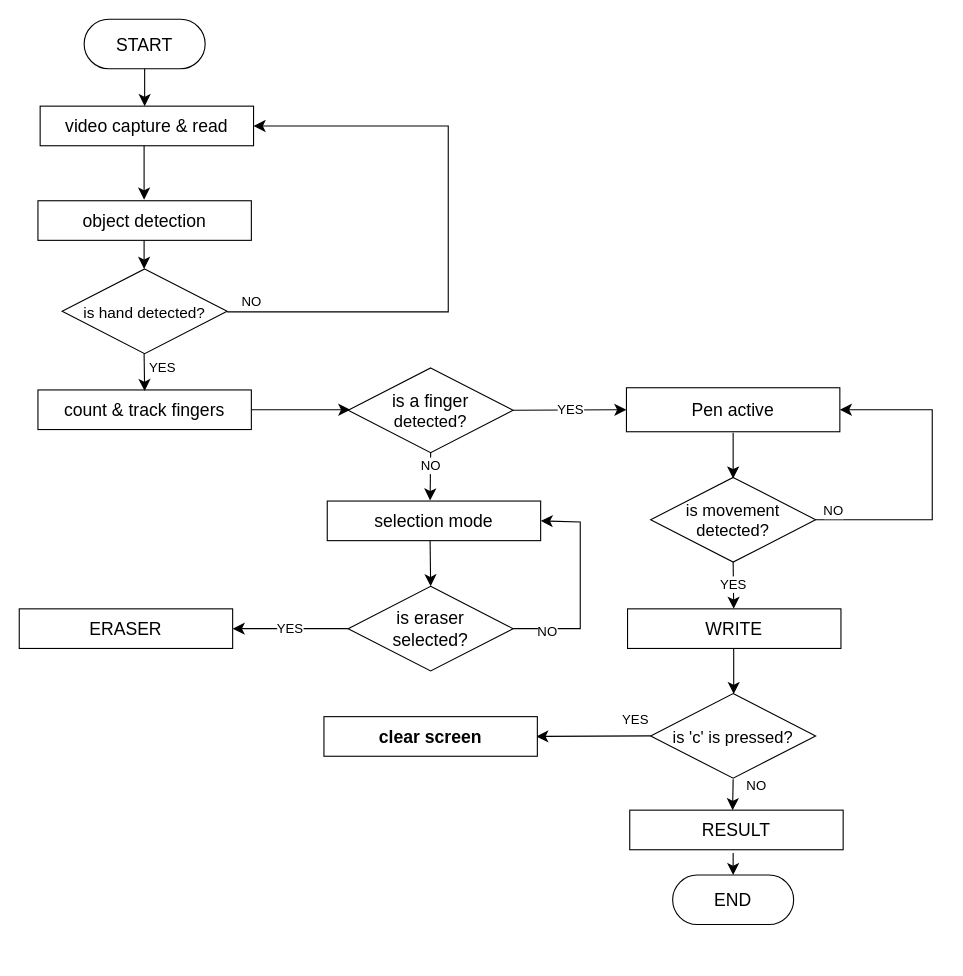
Before: project.drawio in Noodle-onthe-ice/Noodle-onthe-ice, a draw.io diagram. Source tidied: cells renumbered, new cells numbered last; positions are measured from the earlier drawing's top-left corner, leaving out a move shared by most shapes. Both pictures are drawn from the tidied source at 110%, with x=0, y=0 at pixel (19, 19).
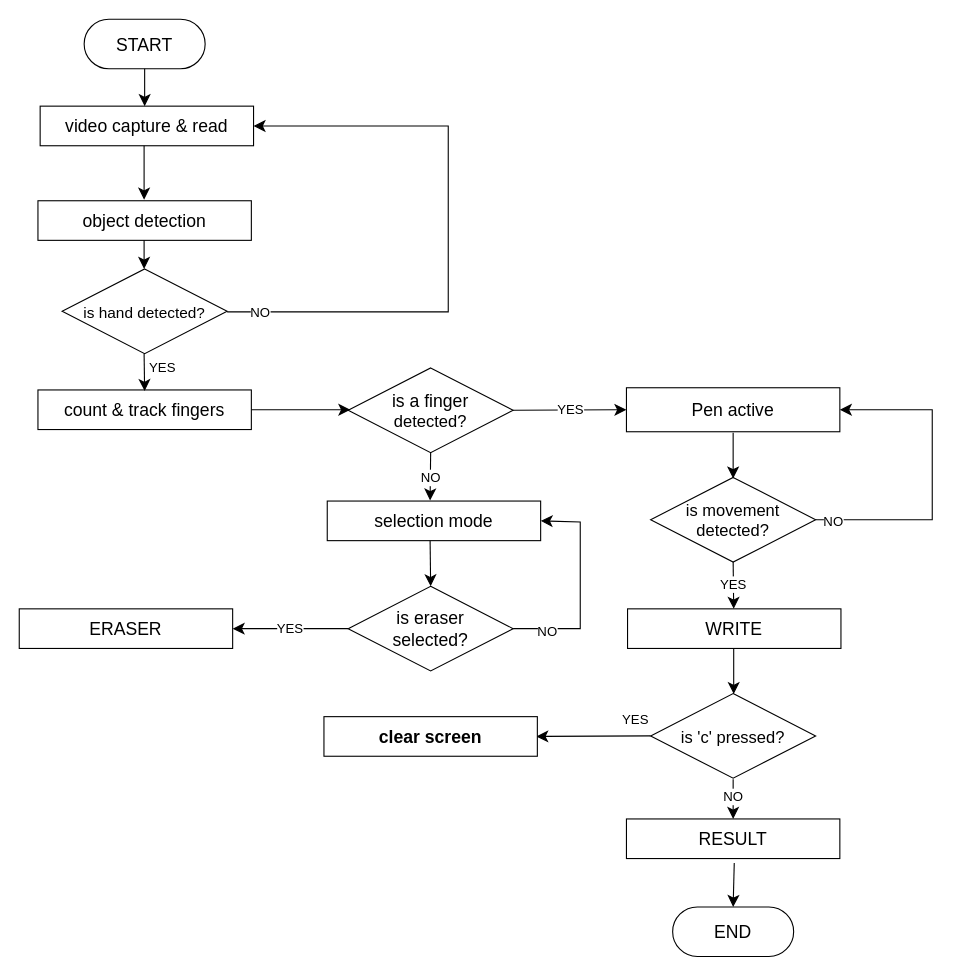
The same diagram, later.

Unchanged cells that the change refers to:
```xml
<mxCell id="4" value="video capture &amp;amp; read" style="rounded=0;whiteSpace=wrap;html=1;fontSize=16;" parent="1" vertex="1">
  <mxGeometry x="19" y="79" width="194" height="36" as="geometry" />
</mxCell>
<mxCell id="11" value="Pen active" style="rounded=0;whiteSpace=wrap;html=1;fontSize=16;" parent="1" vertex="1">
  <mxGeometry x="552" y="335" width="194" height="40" as="geometry" />
</mxCell>
<mxCell id="16" value="&lt;div&gt;is a finger &lt;br&gt;&lt;/div&gt;&lt;div style=&quot;font-size: 15px;&quot;&gt;detected?&lt;br&gt;&lt;/div&gt;" style="rhombus;whiteSpace=wrap;html=1;fontSize=16;" parent="1" vertex="1">
  <mxGeometry x="299" y="317" width="150" height="77" as="geometry" />
</mxCell>
<mxCell id="19" value="&lt;div style=&quot;font-size: 15px;&quot;&gt;&lt;font style=&quot;font-size: 15px;&quot;&gt;is movement &lt;br&gt;&lt;/font&gt;&lt;/div&gt;&lt;div style=&quot;font-size: 15px;&quot;&gt;&lt;font style=&quot;font-size: 15px;&quot;&gt;detected?&lt;font style=&quot;font-size: 15px;&quot;&gt;&lt;br&gt;&lt;/font&gt;&lt;/font&gt;&lt;/div&gt;" style="rhombus;whiteSpace=wrap;html=1;fontSize=16;" parent="1" vertex="1">
  <mxGeometry x="574" y="416.5" width="150" height="77" as="geometry" />
</mxCell>
```

The edit, as a diff of the source:
```diff
@@
     <mxCell id="3" value="END" style="rounded=1;whiteSpace=wrap;html=1;fontSize=16;arcSize=50;" parent="1" vertex="1">
-      <mxGeometry x="594" y="778" width="110" height="45" as="geometry" />
+      <mxGeometry x="594" y="807" width="110" height="45" as="geometry" />
     </mxCell>
@@
     <mxCell id="15" value="&lt;div&gt;RESULT&lt;/div&gt;" style="rounded=0;whiteSpace=wrap;html=1;fontSize=16;" parent="1" vertex="1">
-      <mxGeometry x="555" y="719" width="194" height="36" as="geometry" />
+      <mxGeometry x="552" y="727" width="194" height="36" as="geometry" />
     </mxCell>
@@
-    <mxCell id="18" value="&lt;font style=&quot;font-size: 15px;&quot;&gt;is 'c' is pressed?&lt;/font&gt;" style="rhombus;whiteSpace=wrap;html=1;fontSize=16;" parent="1" vertex="1">
+    <mxCell id="18" value="&lt;font style=&quot;font-size: 15px;&quot;&gt;is 'c' pressed?&lt;/font&gt;" style="rhombus;whiteSpace=wrap;html=1;fontSize=16;" parent="1" vertex="1">
       <mxGeometry x="574" y="613" width="150" height="77" as="geometry" />
     </mxCell>
@@
     <mxCell id="27" value="NO" style="endArrow=classic;html=1;rounded=0;fontSize=12;startSize=8;endSize=8;curved=1;exitX=0.5;exitY=1;exitDx=0;exitDy=0;" parent="1" edge="1" source="16">
-      <mxGeometry x="-0.47" relative="1" as="geometry">
+      <mxGeometry x="0.06" relative="1" as="geometry">
         <mxPoint x="373.5" y="437.5" as="targetPoint" />
       </mxGeometry>
     </mxCell>
     <mxCell id="28" value="NO" style="endArrow=classic;html=1;rounded=0;fontSize=12;startSize=8;endSize=8;exitX=1;exitY=0.5;exitDx=0;exitDy=0;entryX=1;entryY=0.5;entryDx=0;entryDy=0;" parent="1" edge="1" source="19" target="11">
-      <mxGeometry x="-0.89" y="8" relative="1" as="geometry">
+      <mxGeometry x="-0.89" y="-2" relative="1" as="geometry">
         <Array as="points">
           <mxPoint x="830" y="455" />
           <mxPoint x="830" y="355" />
         </Array>
       </mxGeometry>
     </mxCell>
@@
-    <mxCell id="33" value="NO" style="edgeStyle=none;curved=1;rounded=0;orthogonalLoop=1;jettySize=auto;html=1;fontSize=12;startSize=8;endSize=8;entryX=0.5;entryY=0;entryDx=0;entryDy=0;" parent="1" edge="1">
-      <mxGeometry x="-0.6" y="21" relative="1" as="geometry">
+    <mxCell id="33" value="NO" style="edgeStyle=none;curved=1;rounded=0;jettySize=auto;html=1;fontSize=12;startSize=8;endSize=8;entryX=0.5;entryY=0;entryDx=0;entryDy=0;" parent="1" edge="1" target="15">
+      <mxGeometry x="-0.11" relative="1" as="geometry">
         <mxPoint x="649" y="691" as="sourcePoint" />
-        <mxPoint x="648.5" y="719" as="targetPoint" />
       </mxGeometry>
     </mxCell>
-    <mxCell id="34" style="edgeStyle=none;curved=1;rounded=0;orthogonalLoop=1;jettySize=auto;html=1;fontSize=12;startSize=8;endSize=8;entryX=0.5;entryY=0;entryDx=0;entryDy=0;" parent="1" edge="1">
+    <mxCell id="34" style="edgeStyle=none;curved=1;rounded=0;jettySize=auto;html=1;fontSize=12;startSize=8;endSize=8;entryX=0.5;entryY=0;entryDx=0;entryDy=0;" parent="1" edge="1" target="3">
       <mxGeometry relative="1" as="geometry">
-        <mxPoint x="649" y="758" as="sourcePoint" />
-        <mxPoint x="649" y="778" as="targetPoint" />
+        <mxPoint x="650" y="767" as="sourcePoint" />
       </mxGeometry>
     </mxCell>
     <mxCell id="35" value="NO" style="endArrow=classic;html=1;rounded=0;fontSize=12;startSize=8;endSize=8;entryX=1;entryY=0.5;entryDx=0;entryDy=0;" parent="1" edge="1" target="4">
-      <mxGeometry x="-0.92" y="9" relative="1" as="geometry">
+      <mxGeometry x="-0.89" y="-1" relative="1" as="geometry">
         <mxPoint x="189" y="266" as="sourcePoint" />
         <Array as="points">
           <mxPoint x="390" y="266" />
           <mxPoint x="390" y="97" />
         </Array>
       </mxGeometry>
     </mxCell>
```
